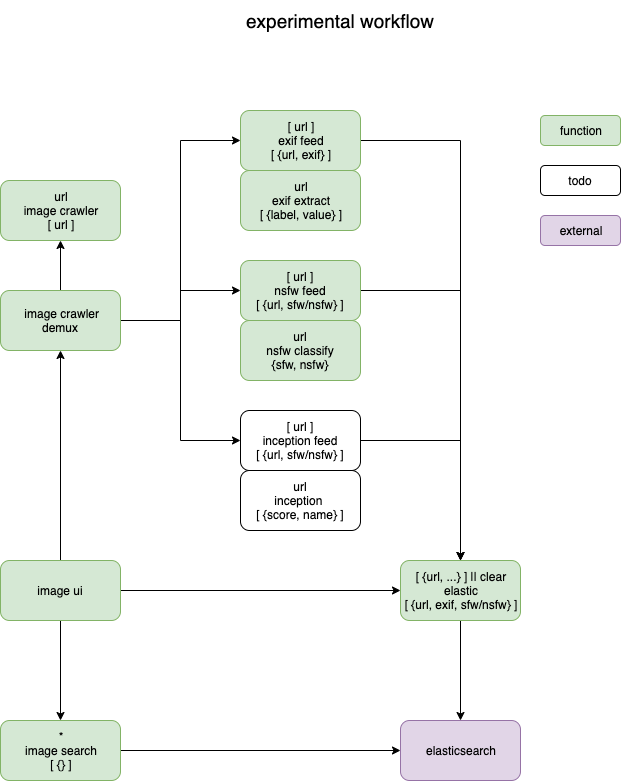
Before: gezellig.png, a diagram exported from draw.io (servernull/gezellig). Source tidied: cells renumbered, new cells last; positions are measured from the earlier drawing's top-left corner, leaving out a move shared by most shapes.
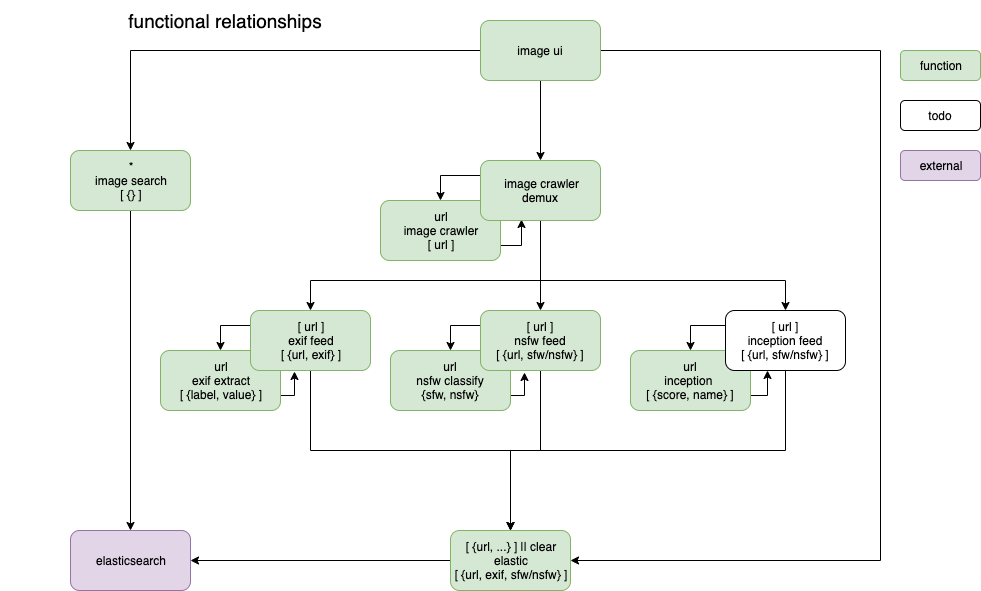
After the change.

The edit, as a diff of the source:
```diff
@@ -2,98 +2,139 @@
   <root>
     <mxCell id="0" />
     <mxCell id="1" parent="0" />
-    <mxCell id="2" style="edgeStyle=orthogonalEdgeStyle;rounded=0;jettySize=auto;html=1;" parent="1" edge="1" source="27" target="6">
-      <mxGeometry relative="1" as="geometry" />
-    </mxCell>
+    <mxCell id="33" style="edgeStyle=orthogonalEdgeStyle;rounded=0;jettySize=auto;html=1;exitX=1;exitY=0.75;exitDx=0;exitDy=0;entryX=0.342;entryY=0.983;entryDx=0;entryDy=0;entryPerimeter=0;" parent="1" edge="1" source="3" target="22">
+      <mxGeometry relative="1" as="geometry" />
+    </mxCell>
     <mxCell id="3" value="url&lt;br&gt;image crawler&lt;br&gt;[ url ]" style="rounded=1;whiteSpace=wrap;html=1;fillColor=#d5e8d4;strokeColor=#82b366;" parent="1" vertex="1">
-      <mxGeometry y="180" width="120" height="60" as="geometry" />
+      <mxGeometry x="-130" y="200" width="120" height="60" as="geometry" />
     </mxCell>
-    <mxCell id="4" style="edgeStyle=orthogonalEdgeStyle;rounded=0;jettySize=auto;html=1;entryX=0.5;entryY=0;entryDx=0;entryDy=0;" parent="1" edge="1" source="25" target="6">
-      <mxGeometry relative="1" as="geometry" />
-    </mxCell>
-    <mxCell id="5" style="edgeStyle=orthogonalEdgeStyle;rounded=0;jettySize=auto;html=1;" parent="1" edge="1" source="6" target="8">
+    <mxCell id="5" style="edgeStyle=orthogonalEdgeStyle;rounded=0;jettySize=auto;html=1;entryX=1;entryY=0.5;entryDx=0;entryDy=0;" parent="1" edge="1" source="6" target="8">
       <mxGeometry relative="1" as="geometry" />
     </mxCell>
     <mxCell id="6" value="[ {url, ...} ] || clear&lt;br&gt;elastic&lt;br&gt;[ {url, exif, sfw/nsfw} ]" style="rounded=1;whiteSpace=wrap;html=1;fillColor=#d5e8d4;strokeColor=#82b366;" parent="1" vertex="1">
-      <mxGeometry x="400" y="560" width="120" height="60" as="geometry" />
+      <mxGeometry x="-60" y="530" width="120" height="60" as="geometry" />
     </mxCell>
-    <mxCell id="7" value="&lt;font style=&quot;font-size: 19px&quot;&gt;experimental workflow&lt;/font&gt;" style="text;html=1;strokeColor=none;fillColor=none;align=center;verticalAlign=middle;whiteSpace=wrap;rounded=0;" parent="1" vertex="1">
-      <mxGeometry x="115" width="450" height="40" as="geometry" />
+    <mxCell id="7" value="&lt;font style=&quot;font-size: 19px&quot;&gt;functional relationships&lt;/font&gt;" style="text;html=1;strokeColor=none;fillColor=none;align=center;verticalAlign=middle;whiteSpace=wrap;rounded=0;" parent="1" vertex="1">
+      <mxGeometry x="-510" width="450" height="40" as="geometry" />
     </mxCell>
     <mxCell id="8" value="elasticsearch" style="rounded=1;whiteSpace=wrap;html=1;fillColor=#e1d5e7;strokeColor=#9673a6;" parent="1" vertex="1">
-      <mxGeometry x="400" y="720" width="120" height="60" as="geometry" />
+      <mxGeometry x="-440" y="530" width="120" height="60" as="geometry" />
     </mxCell>
-    <mxCell id="9" style="edgeStyle=orthogonalEdgeStyle;rounded=0;jettySize=auto;html=1;entryX=0;entryY=0.5;entryDx=0;entryDy=0;" parent="1" edge="1" source="10" target="8">
+    <mxCell id="9" style="edgeStyle=orthogonalEdgeStyle;rounded=0;jettySize=auto;html=1;entryX=0.5;entryY=0;entryDx=0;entryDy=0;" parent="1" edge="1" source="10" target="8">
       <mxGeometry relative="1" as="geometry" />
     </mxCell>
     <mxCell id="10" value="*&lt;br&gt;image search&lt;br&gt;[ {} ]" style="rounded=1;whiteSpace=wrap;html=1;fillColor=#d5e8d4;strokeColor=#82b366;" parent="1" vertex="1">
-      <mxGeometry y="720" width="120" height="60" as="geometry" />
+      <mxGeometry x="-440" y="150" width="120" height="60" as="geometry" />
     </mxCell>
     <mxCell id="11" style="edgeStyle=orthogonalEdgeStyle;rounded=0;jettySize=auto;html=1;entryX=0.5;entryY=0;entryDx=0;entryDy=0;" parent="1" edge="1" source="14" target="10">
       <mxGeometry relative="1" as="geometry" />
     </mxCell>
-    <mxCell id="12" style="edgeStyle=orthogonalEdgeStyle;rounded=0;jettySize=auto;html=1;entryX=0.5;entryY=1;entryDx=0;entryDy=0;" parent="1" edge="1" source="14" target="22">
+    <mxCell id="12" style="edgeStyle=orthogonalEdgeStyle;rounded=0;jettySize=auto;html=1;entryX=0.5;entryY=0;entryDx=0;entryDy=0;" parent="1" edge="1" source="14" target="22">
       <mxGeometry relative="1" as="geometry" />
     </mxCell>
-    <mxCell id="13" style="edgeStyle=orthogonalEdgeStyle;rounded=0;jettySize=auto;html=1;entryX=0;entryY=0.5;entryDx=0;entryDy=0;" parent="1" edge="1" source="14" target="6">
-      <mxGeometry relative="1" as="geometry" />
+    <mxCell id="13" style="edgeStyle=orthogonalEdgeStyle;rounded=0;jettySize=auto;html=1;entryX=1;entryY=0.5;entryDx=0;entryDy=0;" parent="1" edge="1" source="14" target="6">
+      <mxGeometry relative="1" as="geometry">
+        <Array as="points">
+          <mxPoint x="370" y="50" />
+          <mxPoint x="370" y="560" />
+        </Array>
+      </mxGeometry>
     </mxCell>
     <mxCell id="14" value="image ui" style="rounded=1;whiteSpace=wrap;html=1;fillColor=#d5e8d4;strokeColor=#82b366;" parent="1" vertex="1">
-      <mxGeometry y="560" width="120" height="60" as="geometry" />
+      <mxGeometry x="-30" y="20" width="120" height="60" as="geometry" />
     </mxCell>
+    <mxCell id="19" style="edgeStyle=orthogonalEdgeStyle;rounded=0;jettySize=auto;html=1;entryX=0.5;entryY=0;entryDx=0;entryDy=0;exitX=0.5;exitY=1;exitDx=0;exitDy=0;" parent="1" edge="1" source="22" target="25">
+      <mxGeometry relative="1" as="geometry">
+        <Array as="points">
+          <mxPoint x="30" y="280" />
+          <mxPoint x="-200" y="280" />
+        </Array>
+      </mxGeometry>
+    </mxCell>
+    <mxCell id="20" style="edgeStyle=orthogonalEdgeStyle;rounded=0;jettySize=auto;html=1;entryX=0.5;entryY=0;entryDx=0;entryDy=0;" parent="1" edge="1" source="22" target="27">
+      <mxGeometry relative="1" as="geometry" />
+    </mxCell>
+    <mxCell id="21" style="edgeStyle=orthogonalEdgeStyle;rounded=0;jettySize=auto;html=1;entryX=0.5;entryY=0;entryDx=0;entryDy=0;exitX=0.5;exitY=1;exitDx=0;exitDy=0;" parent="1" edge="1" source="22" target="30">
+      <mxGeometry relative="1" as="geometry">
+        <Array as="points">
+          <mxPoint x="30" y="280" />
+          <mxPoint x="275" y="280" />
+        </Array>
+      </mxGeometry>
+    </mxCell>
+    <mxCell id="18" style="edgeStyle=orthogonalEdgeStyle;rounded=0;jettySize=auto;html=1;exitX=0;exitY=0.25;exitDx=0;exitDy=0;entryX=0.5;entryY=0;entryDx=0;entryDy=0;" parent="1" edge="1" source="22" target="3">
+      <mxGeometry relative="1" as="geometry" />
+    </mxCell>
+    <mxCell id="22" value="&amp;nbsp;image crawler demux" style="rounded=1;whiteSpace=wrap;html=1;fillColor=#d5e8d4;strokeColor=#82b366;" parent="1" vertex="1">
+      <mxGeometry x="-30" y="160" width="120" height="60" as="geometry" />
+    </mxCell>
+    <mxCell id="4" style="edgeStyle=orthogonalEdgeStyle;rounded=0;jettySize=auto;html=1;" parent="1" edge="1" source="25" target="6">
+      <mxGeometry relative="1" as="geometry">
+        <Array as="points">
+          <mxPoint x="-200" y="450" />
+          <mxPoint y="450" />
+        </Array>
+      </mxGeometry>
+    </mxCell>
+    <mxCell id="2" style="edgeStyle=orthogonalEdgeStyle;rounded=0;jettySize=auto;html=1;exitX=0.5;exitY=1;exitDx=0;exitDy=0;entryX=0.5;entryY=0;entryDx=0;entryDy=0;" parent="1" edge="1" source="27" target="6">
+      <mxGeometry relative="1" as="geometry" />
+    </mxCell>
+    <mxCell id="34" style="edgeStyle=orthogonalEdgeStyle;rounded=0;jettySize=auto;html=1;exitX=0;exitY=0.25;exitDx=0;exitDy=0;entryX=0.5;entryY=0;entryDx=0;entryDy=0;" parent="1" edge="1" source="27" target="28">
+      <mxGeometry relative="1" as="geometry" />
+    </mxCell>
+    <mxCell id="35" style="edgeStyle=orthogonalEdgeStyle;rounded=0;jettySize=auto;html=1;" parent="1" edge="1" source="30">
+      <mxGeometry relative="1" as="geometry">
+        <mxPoint y="530" as="targetPoint" />
+        <Array as="points">
+          <mxPoint x="275" y="450" />
+          <mxPoint y="450" />
+        </Array>
+      </mxGeometry>
+    </mxCell>
+    <mxCell id="36" style="group;" parent="1" vertex="1">
+      <mxGeometry x="390" y="50" width="80" height="130" as="geometry" />
+    </mxCell>
-    <mxCell id="15" value="function" style="rounded=1;whiteSpace=wrap;html=1;fillColor=#d5e8d4;strokeColor=#82b366;" parent="1" vertex="1">
-      <mxGeometry x="540" y="115" width="80" height="30" as="geometry" />
+    <mxCell id="15" value="function" style="rounded=1;whiteSpace=wrap;html=1;fillColor=#d5e8d4;strokeColor=#82b366;" parent="36" vertex="1">
+      <mxGeometry width="80" height="30" as="geometry" />
     </mxCell>
-    <mxCell id="16" value="todo" style="rounded=1;whiteSpace=wrap;html=1;" parent="1" vertex="1">
-      <mxGeometry x="540" y="165" width="80" height="30" as="geometry" />
+    <mxCell id="16" value="todo" style="rounded=1;whiteSpace=wrap;html=1;" parent="36" vertex="1">
+      <mxGeometry y="50" width="80" height="30" as="geometry" />
     </mxCell>
-    <mxCell id="17" value="external" style="rounded=1;whiteSpace=wrap;html=1;fillColor=#e1d5e7;strokeColor=#9673a6;" parent="1" vertex="1">
-      <mxGeometry x="540" y="215" width="80" height="30" as="geometry" />
+    <mxCell id="17" value="external" style="rounded=1;whiteSpace=wrap;html=1;fillColor=#e1d5e7;strokeColor=#9673a6;" parent="36" vertex="1">
+      <mxGeometry y="100" width="80" height="30" as="geometry" />
     </mxCell>
-    <mxCell id="18" style="edgeStyle=orthogonalEdgeStyle;rounded=0;jettySize=auto;html=1;entryX=0.5;entryY=1;entryDx=0;entryDy=0;" parent="1" edge="1" source="22" target="3">
-      <mxGeometry relative="1" as="geometry" />
-    </mxCell>
-    <mxCell id="19" style="edgeStyle=orthogonalEdgeStyle;rounded=0;jettySize=auto;html=1;entryX=0;entryY=0.5;entryDx=0;entryDy=0;" parent="1" edge="1" source="22" target="25">
-      <mxGeometry relative="1" as="geometry" />
-    </mxCell>
-    <mxCell id="20" style="edgeStyle=orthogonalEdgeStyle;rounded=0;jettySize=auto;html=1;entryX=0;entryY=0.5;entryDx=0;entryDy=0;" parent="1" edge="1" source="22" target="27">
-      <mxGeometry relative="1" as="geometry" />
-    </mxCell>
-    <mxCell id="21" style="edgeStyle=orthogonalEdgeStyle;rounded=0;jettySize=auto;html=1;entryX=0;entryY=0.5;entryDx=0;entryDy=0;" parent="1" edge="1" source="22" target="30">
-      <mxGeometry relative="1" as="geometry" />
-    </mxCell>
-    <mxCell id="22" value="&amp;nbsp;image crawler demux" style="rounded=1;whiteSpace=wrap;html=1;fillColor=#d5e8d4;strokeColor=#82b366;" parent="1" vertex="1">
-      <mxGeometry y="290" width="120" height="60" as="geometry" />
-    </mxCell>
-    <mxCell id="23" style="group;" parent="1" vertex="1">
-      <mxGeometry x="240" y="110" width="120" height="120" as="geometry" />
-    </mxCell>
+    <mxCell id="37" style="edgeStyle=orthogonalEdgeStyle;rounded=0;jettySize=auto;html=1;exitX=1;exitY=0.75;exitDx=0;exitDy=0;entryX=0.367;entryY=1.017;entryDx=0;entryDy=0;entryPerimeter=0;" parent="1" edge="1" source="24" target="25">
+      <mxGeometry relative="1" as="geometry" />
+    </mxCell>
-    <mxCell id="24" value="url&lt;br&gt;exif extract&lt;br&gt;[ {label, value} ]" style="rounded=1;whiteSpace=wrap;html=1;fillColor=#d5e8d4;strokeColor=#82b366;" parent="23" vertex="1">
-      <mxGeometry y="60" width="120" height="60" as="geometry" />
+    <mxCell id="24" value="url&lt;br&gt;exif extract&lt;br&gt;[ {label, value} ]" style="rounded=1;whiteSpace=wrap;html=1;fillColor=#d5e8d4;strokeColor=#82b366;" parent="1" vertex="1">
+      <mxGeometry x="-350" y="350" width="120" height="60" as="geometry" />
     </mxCell>
+    <mxCell id="38" style="edgeStyle=orthogonalEdgeStyle;rounded=0;jettySize=auto;html=1;exitX=0;exitY=0.25;exitDx=0;exitDy=0;entryX=0.5;entryY=0;entryDx=0;entryDy=0;" parent="1" edge="1" source="25" target="24">
+      <mxGeometry relative="1" as="geometry" />
+    </mxCell>
-    <mxCell id="25" value="[ url ]&lt;br&gt;exif feed&lt;br&gt;[ {url, exif} ]" style="rounded=1;whiteSpace=wrap;html=1;fillColor=#d5e8d4;strokeColor=#82b366;" parent="23" vertex="1">
-      <mxGeometry width="120" height="60" as="geometry" />
+    <mxCell id="25" value="[ url ]&lt;br&gt;exif feed&lt;br&gt;[ {url, exif} ]" style="rounded=1;whiteSpace=wrap;html=1;fillColor=#d5e8d4;strokeColor=#82b366;" parent="1" vertex="1">
+      <mxGeometry x="-260" y="310" width="120" height="60" as="geometry" />
     </mxCell>
-    <mxCell id="26" style="group;" parent="1" vertex="1">
-      <mxGeometry x="240" y="260" width="120" height="120" as="geometry" />
-    </mxCell>
+    <mxCell id="39" style="edgeStyle=orthogonalEdgeStyle;rounded=0;jettySize=auto;html=1;exitX=1;exitY=0.75;exitDx=0;exitDy=0;entryX=0.367;entryY=1.033;entryDx=0;entryDy=0;entryPerimeter=0;" parent="1" edge="1" source="28" target="27">
+      <mxGeometry relative="1" as="geometry" />
+    </mxCell>
+    <mxCell id="28" value="url&lt;br&gt;nsfw classify&lt;br&gt;{sfw, nsfw}" style="rounded=1;whiteSpace=wrap;html=1;fillColor=#d5e8d4;strokeColor=#82b366;" parent="1" vertex="1">
+      <mxGeometry x="-120" y="350" width="120" height="60" as="geometry" />
+    </mxCell>
+    <mxCell id="40" style="edgeStyle=orthogonalEdgeStyle;rounded=0;jettySize=auto;html=1;exitX=1;exitY=0.75;exitDx=0;exitDy=0;entryX=0.35;entryY=1;entryDx=0;entryDy=0;entryPerimeter=0;" parent="1" edge="1" source="31" target="30">
+      <mxGeometry relative="1" as="geometry" />
+    </mxCell>
+    <mxCell id="31" value="url&lt;br&gt;inception &lt;br&gt;[ {score, name} ]" style="rounded=1;whiteSpace=wrap;html=1;fillColor=#d5e8d4;strokeColor=#82b366;" parent="1" vertex="1">
+      <mxGeometry x="120" y="350" width="120" height="60" as="geometry" />
+    </mxCell>
+    <mxCell id="41" style="edgeStyle=orthogonalEdgeStyle;rounded=0;jettySize=auto;html=1;exitX=0;exitY=0.25;exitDx=0;exitDy=0;entryX=0.5;entryY=0;entryDx=0;entryDy=0;" parent="1" edge="1" source="30" target="31">
+      <mxGeometry relative="1" as="geometry" />
+    </mxCell>
+    <mxCell id="30" value="[ url ]&lt;br&gt;inception feed&lt;br&gt;[ {url, sfw/nsfw} ]" style="rounded=1;whiteSpace=wrap;html=1;" parent="1" vertex="1">
+      <mxGeometry x="215" y="310" width="120" height="60" as="geometry" />
+    </mxCell>
-    <mxCell id="27" value="[ url ]&lt;br&gt;nsfw feed&lt;br&gt;[ {url, sfw/nsfw} ]" style="rounded=1;whiteSpace=wrap;html=1;fillColor=#d5e8d4;strokeColor=#82b366;" parent="26" vertex="1">
-      <mxGeometry width="120" height="60" as="geometry" />
+    <mxCell id="27" value="[ url ]&lt;br&gt;nsfw feed&lt;br&gt;[ {url, sfw/nsfw} ]" style="rounded=1;whiteSpace=wrap;html=1;fillColor=#d5e8d4;strokeColor=#82b366;" parent="1" vertex="1">
+      <mxGeometry x="-30" y="310" width="120" height="60" as="geometry" />
     </mxCell>
-    <mxCell id="28" value="url&lt;br&gt;nsfw classify&lt;br&gt;{sfw, nsfw}" style="rounded=1;whiteSpace=wrap;html=1;fillColor=#d5e8d4;strokeColor=#82b366;" parent="26" vertex="1">
-      <mxGeometry y="60" width="120" height="60" as="geometry" />
-    </mxCell>
-    <mxCell id="29" style="group;" parent="1" vertex="1">
-      <mxGeometry x="240" y="410" width="120" height="120" as="geometry" />
-    </mxCell>
-    <mxCell id="30" value="[ url ]&lt;br&gt;inception feed&lt;br&gt;[ {url, sfw/nsfw} ]" style="rounded=1;whiteSpace=wrap;html=1;" parent="29" vertex="1">
-      <mxGeometry width="120" height="60" as="geometry" />
-    </mxCell>
-    <mxCell id="31" value="url&lt;br&gt;inception &lt;br&gt;[ {score, name} ]" style="rounded=1;whiteSpace=wrap;html=1;" parent="29" vertex="1">
-      <mxGeometry y="60" width="120" height="60" as="geometry" />
-    </mxCell>
-    <mxCell id="32" style="edgeStyle=orthogonalEdgeStyle;rounded=0;jettySize=auto;html=1;entryX=0.5;entryY=0;entryDx=0;entryDy=0;" parent="1" edge="1" source="30" target="6">
-      <mxGeometry relative="1" as="geometry" />
-    </mxCell>
   </root>
 </mxGraphModel>
```
